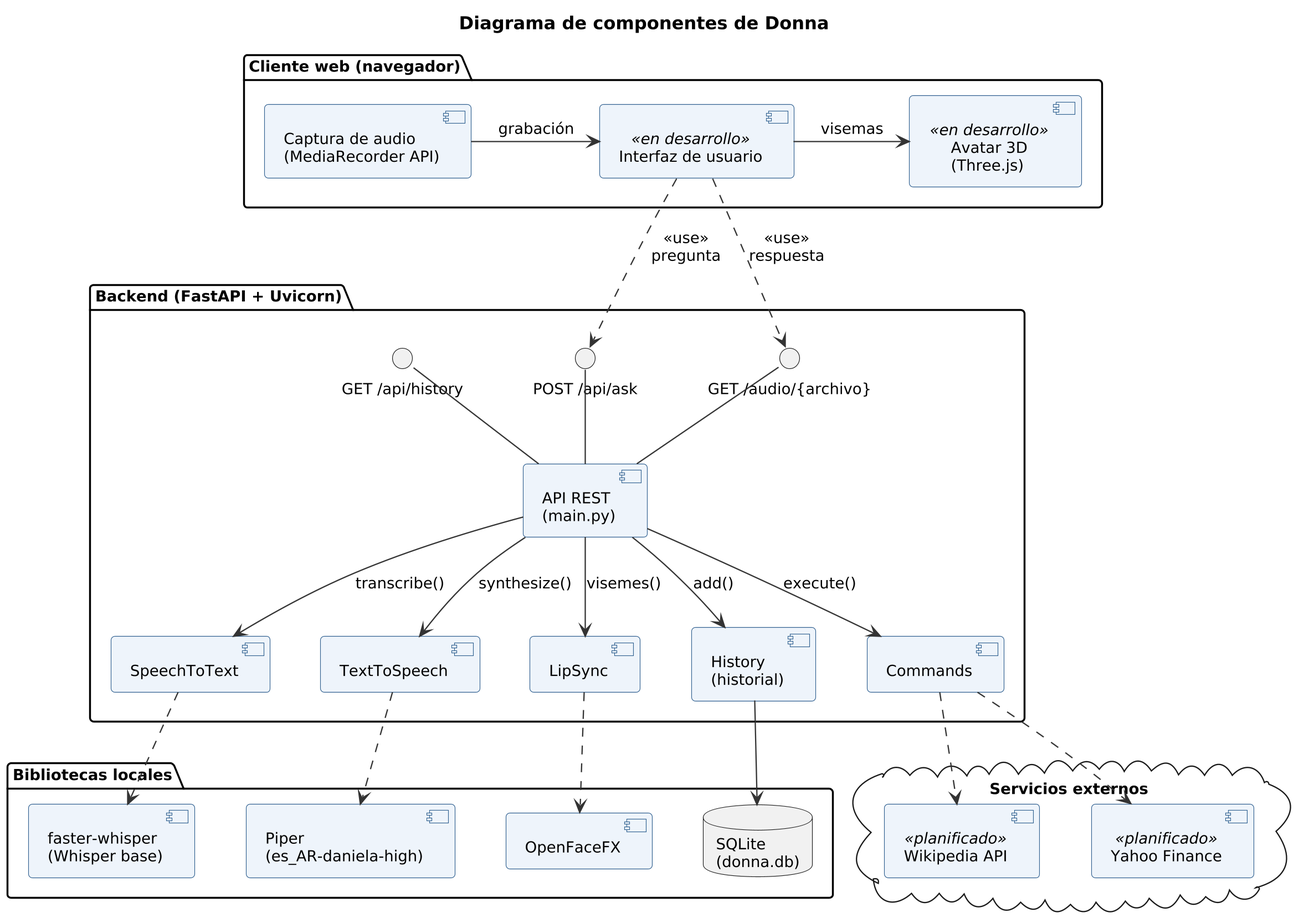
The PlantUML diagram docs/diagramas/componentes.png in Nelson360-tech/asistente-virtual-tfg, before a commit.
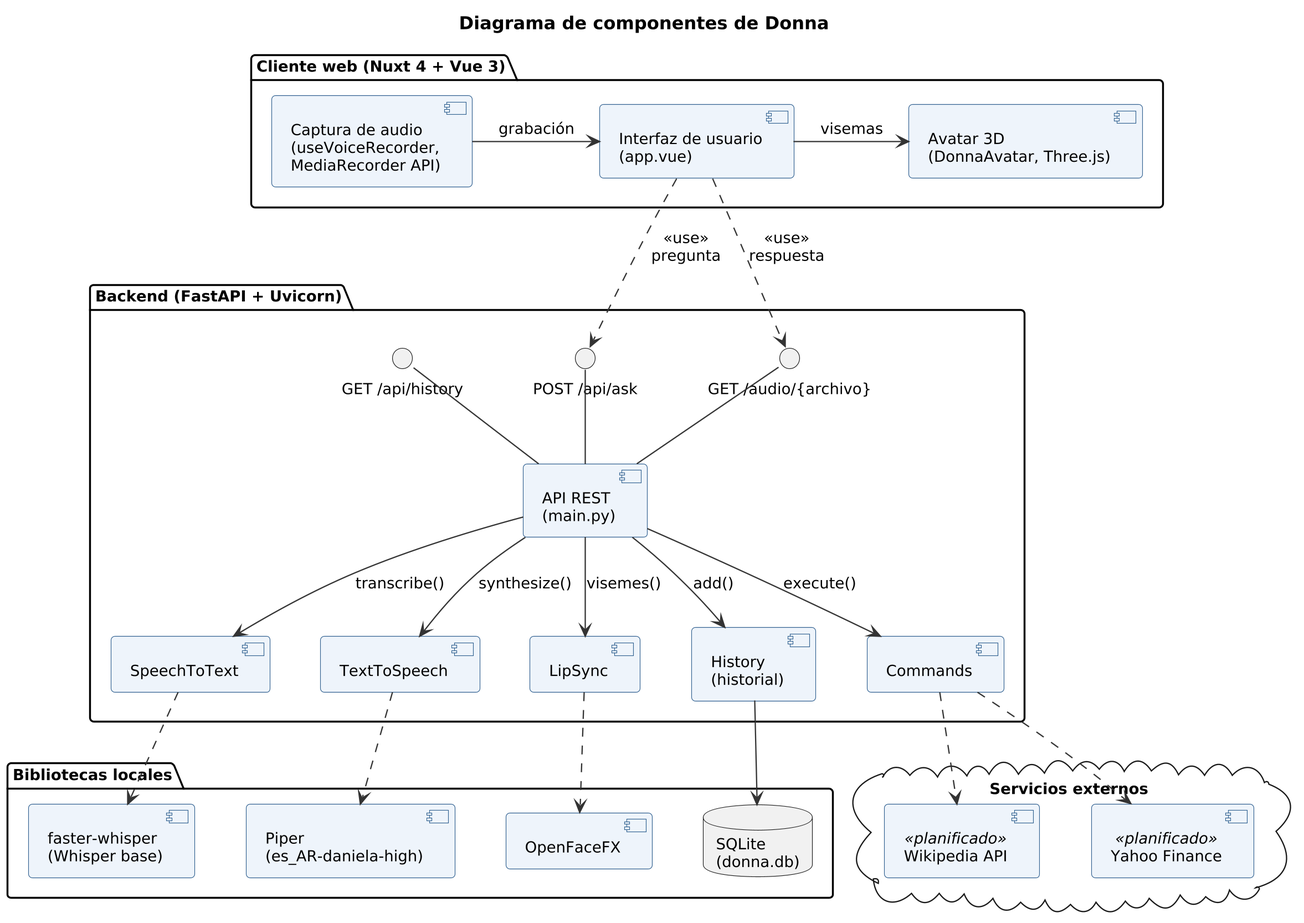
After the change.

Commit message:
Update component and deployment diagrams with Nuxt frontend and avatar

What changed in the source:
```diff
@@ -4,10 +4,10 @@
 skinparam nodesep 40
 skinparam ranksep 55
 
-package "Cliente web (navegador)" {
-  [Captura de audio\n(MediaRecorder API)] as MIC
-  [Interfaz de usuario] as UI <<en desarrollo>>
-  [Avatar 3D\n(Three.js)] as AV <<en desarrollo>>
+package "Cliente web (Nuxt 4 + Vue 3)" {
+  [Captura de audio\n(useVoiceRecorder,\nMediaRecorder API)] as MIC
+  [Interfaz de usuario\n(app.vue)] as UI
+  [Avatar 3D\n(DonnaAvatar, Three.js)] as AV
 }
 
 package "Backend (FastAPI + Uvicorn)" {
```
